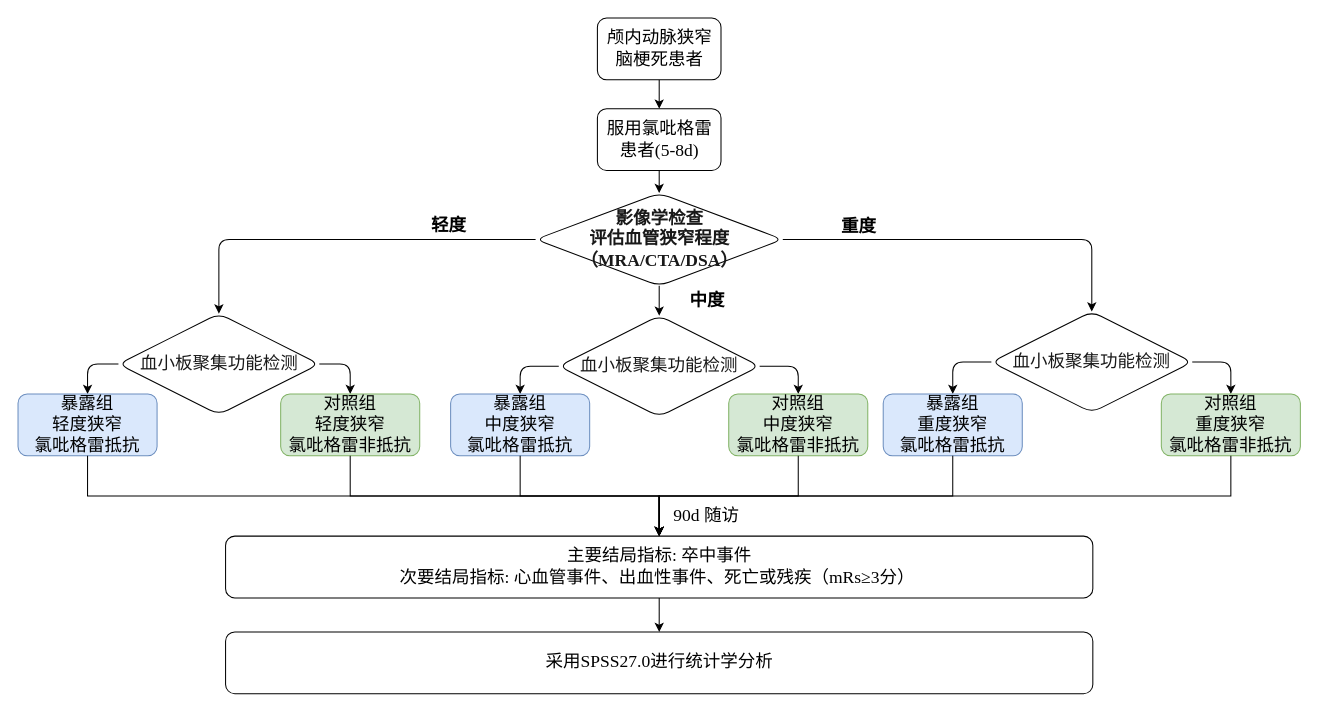
This is Untitled Diagram.drawio from caihuayu0322/drawio-github, a draw.io file, before an edit. Source tidied: cells renumbered, new cells numbered last; positions are measured from the earlier drawing's top-left corner, leaving out a move shared by most shapes. Both pictures are drawn from the tidied source at 103%, with x=0, y=0 at pixel (18, 18).
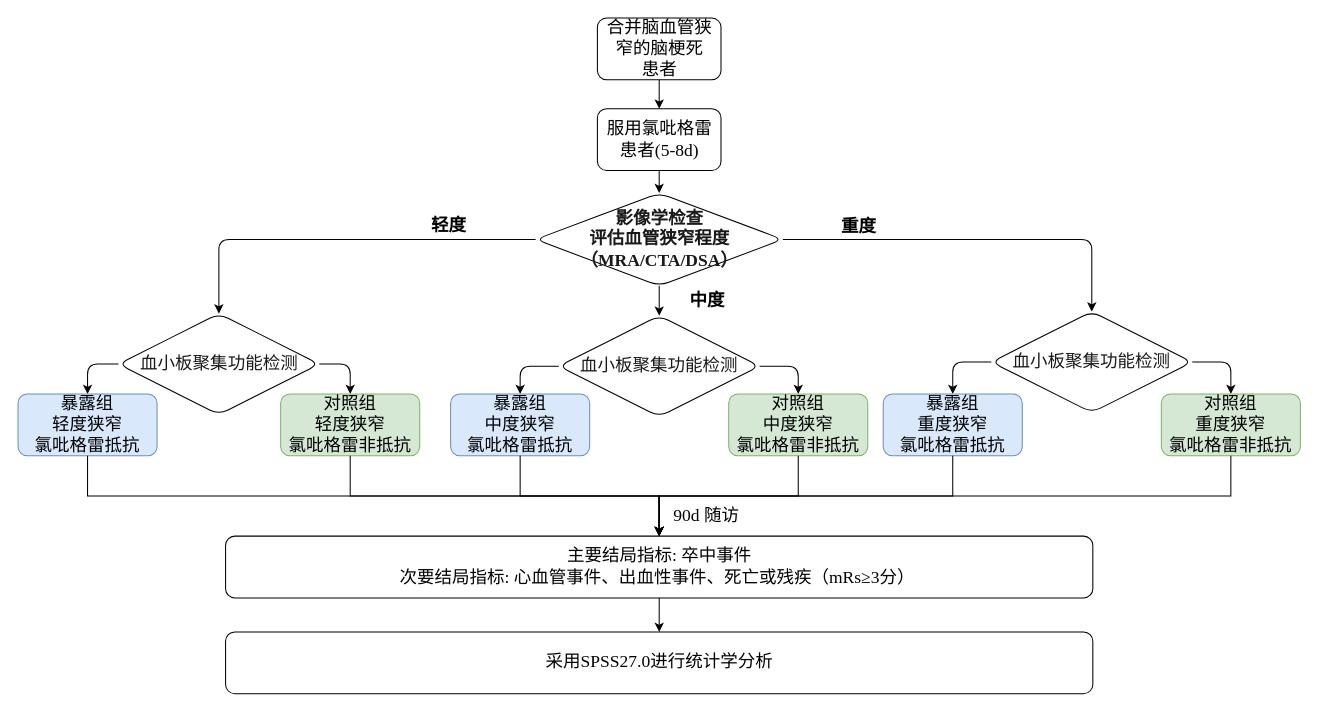
The same diagram, later.

Commit message:
技术路线图.drawio

What changed in the source:
```diff
@@
-    <mxCell id="3" value="颅内动脉狭窄脑梗死&lt;span style=&quot;background-color: initial;&quot;&gt;患者&lt;/span&gt;" style="rounded=1;whiteSpace=wrap;html=1;fontFamily=Times New Roman;fontSize=17;" parent="1" vertex="1">
+    <mxCell id="3" value="合并脑血管狭窄的脑梗死&lt;div&gt;&lt;span style=&quot;background-color: initial;&quot;&gt;患者&lt;/span&gt;&lt;/div&gt;" style="rounded=1;whiteSpace=wrap;html=1;fontFamily=Times New Roman;fontSize=17;" parent="1" vertex="1">
       <mxGeometry x="562.5" width="120" height="60" as="geometry" />
     </mxCell>
```
